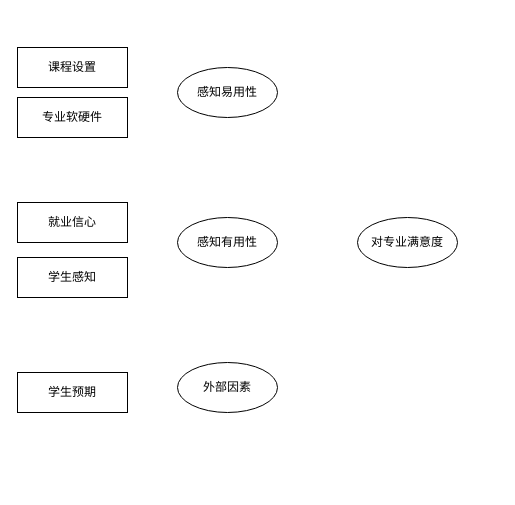
The draw.io diagram theoreticalFramework.drawio in 449121927/449121927, before the edit. Source tidied: cells renumbered, new cells numbered last; positions are measured from the earlier drawing's top-left corner, leaving out a move shared by most shapes. Both pictures are drawn from the tidied source at 100%, with x=0, y=0 at pixel (17, 47).
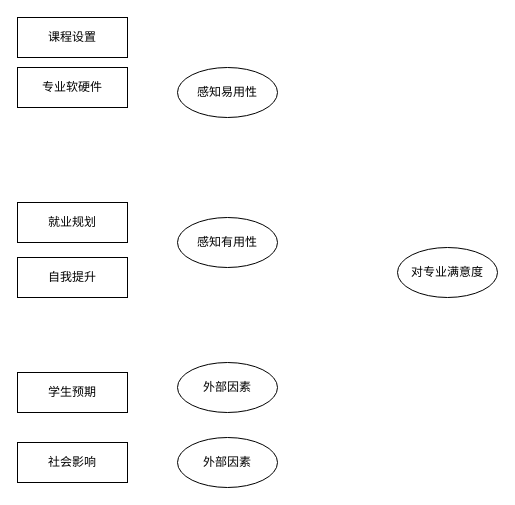
The same page after the edit.

What changed in the source:
```diff
@@
 <mxGraphModel>
   <root>
     <mxCell id="0" />
     <mxCell id="1" parent="0" />
     <mxCell id="2" value="感知易用性" style="ellipse;whiteSpace=wrap;html=1;" parent="1" vertex="1">
       <mxGeometry x="160" y="20" width="100" height="50" as="geometry" />
     </mxCell>
     <mxCell id="3" value="感知有用性" style="ellipse;whiteSpace=wrap;html=1;" parent="1" vertex="1">
       <mxGeometry x="160" y="170" width="100" height="50" as="geometry" />
     </mxCell>
     <mxCell id="4" value="外部因素" style="ellipse;whiteSpace=wrap;html=1;" parent="1" vertex="1">
       <mxGeometry x="160" y="315" width="100" height="50" as="geometry" />
     </mxCell>
     <mxCell id="5" value="对专业满意度" style="ellipse;whiteSpace=wrap;html=1;" parent="1" vertex="1">
-      <mxGeometry x="340" y="170" width="100" height="50" as="geometry" />
+      <mxGeometry x="380" y="200" width="100" height="50" as="geometry" />
     </mxCell>
-    <mxCell id="6" value="就业信心" style="rounded=0;whiteSpace=wrap;html=1;" parent="1" vertex="1">
+    <mxCell id="6" value="就业规划" style="rounded=0;whiteSpace=wrap;html=1;" parent="1" vertex="1">
       <mxGeometry y="155" width="110" height="40" as="geometry" />
     </mxCell>
     <mxCell id="7" value="课程设置" style="rounded=0;whiteSpace=wrap;html=1;" parent="1" vertex="1">
-      <mxGeometry width="110" height="40" as="geometry" />
+      <mxGeometry y="-30" width="110" height="40" as="geometry" />
     </mxCell>
     <mxCell id="8" value="专业软硬件" style="rounded=0;whiteSpace=wrap;html=1;" parent="1" vertex="1">
-      <mxGeometry y="50" width="110" height="40" as="geometry" />
+      <mxGeometry y="20" width="110" height="40" as="geometry" />
     </mxCell>
-    <mxCell id="9" value="学生感知" style="rounded=0;whiteSpace=wrap;html=1;" parent="1" vertex="1">
+    <mxCell id="9" value="自我提升" style="rounded=0;whiteSpace=wrap;html=1;" parent="1" vertex="1">
       <mxGeometry y="210" width="110" height="40" as="geometry" />
     </mxCell>
     <mxCell id="10" value="学生预期" style="rounded=0;whiteSpace=wrap;html=1;" parent="1" vertex="1">
       <mxGeometry y="325" width="110" height="40" as="geometry" />
     </mxCell>
+    <mxCell id="11" value="外部因素" style="ellipse;whiteSpace=wrap;html=1;" parent="1" vertex="1">
+      <mxGeometry x="160" y="390" width="100" height="50" as="geometry" />
+    </mxCell>
+    <mxCell id="12" value="社会影响" style="rounded=0;whiteSpace=wrap;html=1;" parent="1" vertex="1">
+      <mxGeometry y="395" width="110" height="40" as="geometry" />
+    </mxCell>
   </root>
 </mxGraphModel>
```
